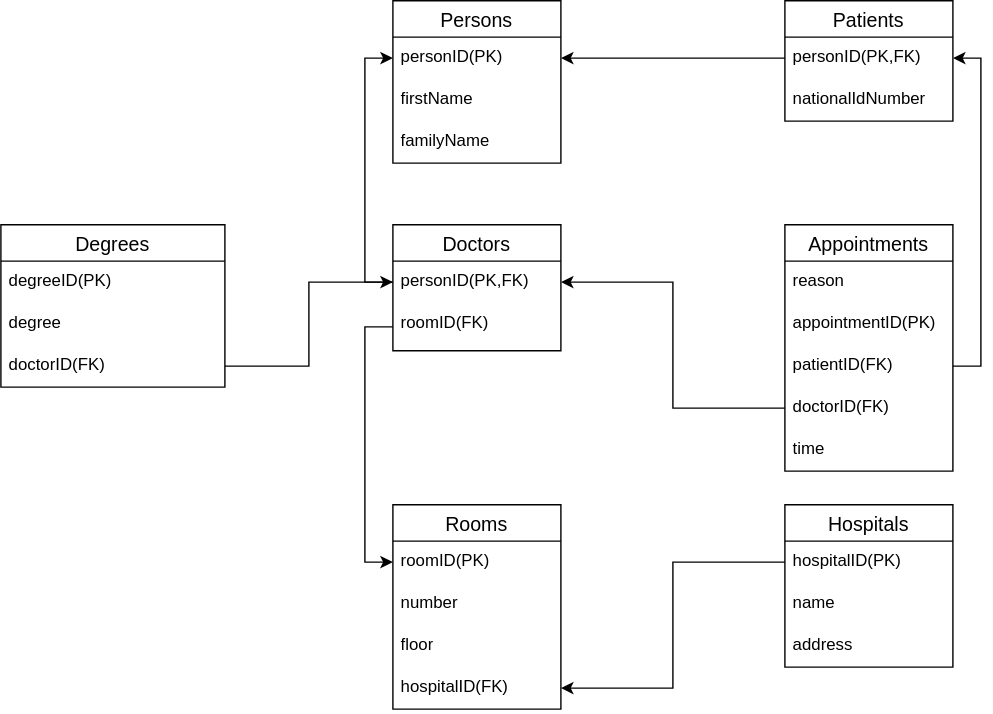
Before: 04-relational/model/relational.svg, a diagram exported from draw.io (bmazou/data-formats). Source tidied: cells renumbered, new cells last; positions are measured from the earlier drawing's top-left corner, leaving out a move shared by most shapes. Source of this version:
```xml
<mxGraphModel>
  <root>
    <mxCell id="0" />
    <mxCell id="1" parent="0" />
    <mxCell id="2" value="Persons" style="swimlane;fontStyle=0;horizontal=1;startSize=26;align=center;fontSize=14;" parent="1" vertex="1">
      <mxGeometry x="280" width="120" height="116" as="geometry" />
    </mxCell>
    <mxCell id="3" value="personID(PK)" style="text;strokeColor=none;fillColor=none;spacingLeft=4;spacingRight=4;overflow=hidden;points=[[0,0.5],[1,0.5]];portConstraint=eastwest;fontSize=12;whiteSpace=wrap;html=1;" parent="2" vertex="1">
      <mxGeometry y="26" width="120" height="30" as="geometry" />
    </mxCell>
    <mxCell id="4" value="firstName" style="text;strokeColor=none;fillColor=none;spacingLeft=4;spacingRight=4;overflow=hidden;fontSize=12;whiteSpace=wrap;html=1;" parent="2" vertex="1">
      <mxGeometry y="56" width="120" height="30" as="geometry" />
    </mxCell>
    <mxCell id="5" value="familyName" style="text;strokeColor=none;fillColor=none;spacingLeft=4;spacingRight=4;overflow=hidden;fontSize=12;whiteSpace=wrap;html=1;" parent="2" vertex="1">
      <mxGeometry y="86" width="120" height="30" as="geometry" />
    </mxCell>
    <mxCell id="6" value="Doctors" style="swimlane;fontStyle=0;horizontal=1;startSize=26;align=center;fontSize=14;" parent="1" vertex="1">
      <mxGeometry x="280" y="160" width="120" height="90" as="geometry" />
    </mxCell>
    <mxCell id="7" value="personID(PK,FK)" style="text;strokeColor=none;fillColor=none;spacingLeft=4;spacingRight=4;overflow=hidden;points=[[0,0.5],[1,0.5]];portConstraint=eastwest;fontSize=12;whiteSpace=wrap;html=1;" parent="6" vertex="1">
      <mxGeometry y="26" width="120" height="30" as="geometry" />
    </mxCell>
    <mxCell id="8" value="roomID(FK)" style="text;strokeColor=none;fillColor=none;spacingLeft=4;spacingRight=4;overflow=hidden;points=[[0,0.5],[1,0.5]];portConstraint=eastwest;fontSize=12;whiteSpace=wrap;html=1;" parent="6" vertex="1">
      <mxGeometry y="56" width="120" height="34" as="geometry" />
    </mxCell>
    <mxCell id="9" value="Patients" style="swimlane;fontStyle=0;horizontal=1;startSize=26;align=center;fontSize=14;" parent="1" vertex="1">
      <mxGeometry x="560" width="120" height="86" as="geometry" />
    </mxCell>
    <mxCell id="10" value="personID(PK,FK)" style="text;strokeColor=none;fillColor=none;spacingLeft=4;spacingRight=4;overflow=hidden;points=[[0,0.5],[1,0.5]];portConstraint=eastwest;fontSize=12;whiteSpace=wrap;html=1;" parent="9" vertex="1">
      <mxGeometry y="26" width="120" height="30" as="geometry" />
    </mxCell>
    <mxCell id="11" value="nationalIdNumber" style="text;strokeColor=none;fillColor=none;spacingLeft=4;spacingRight=4;overflow=hidden;fontSize=12;whiteSpace=wrap;html=1;" parent="9" vertex="1">
      <mxGeometry y="56" width="120" height="30" as="geometry" />
    </mxCell>
    <mxCell id="12" value="Appointments" style="swimlane;fontStyle=0;horizontal=1;startSize=26;align=center;fontSize=14;" parent="1" vertex="1">
      <mxGeometry x="560" y="160" width="120" height="176" as="geometry" />
    </mxCell>
    <mxCell id="13" value="reason" style="text;strokeColor=none;fillColor=none;spacingLeft=4;spacingRight=4;overflow=hidden;fontSize=12;whiteSpace=wrap;html=1;" parent="12" vertex="1">
      <mxGeometry y="26" width="120" height="30" as="geometry" />
    </mxCell>
    <mxCell id="14" value="appointmentID(PK)" style="text;strokeColor=none;fillColor=none;spacingLeft=4;spacingRight=4;overflow=hidden;fontSize=12;whiteSpace=wrap;html=1;" parent="12" vertex="1">
      <mxGeometry y="56" width="120" height="30" as="geometry" />
    </mxCell>
    <mxCell id="15" value="patientID(FK)" style="text;strokeColor=none;fillColor=none;spacingLeft=4;spacingRight=4;overflow=hidden;points=[[0,0.5],[1,0.5]];portConstraint=eastwest;fontSize=12;whiteSpace=wrap;html=1;" parent="12" vertex="1">
      <mxGeometry y="86" width="120" height="30" as="geometry" />
    </mxCell>
    <mxCell id="16" value="doctorID(FK)" style="text;strokeColor=none;fillColor=none;spacingLeft=4;spacingRight=4;overflow=hidden;points=[[0,0.5],[1,0.5]];portConstraint=eastwest;fontSize=12;whiteSpace=wrap;html=1;" parent="12" vertex="1">
      <mxGeometry y="116" width="120" height="30" as="geometry" />
    </mxCell>
    <mxCell id="17" value="time" style="text;strokeColor=none;fillColor=none;spacingLeft=4;spacingRight=4;overflow=hidden;fontSize=12;whiteSpace=wrap;html=1;" parent="12" vertex="1">
      <mxGeometry y="146" width="120" height="30" as="geometry" />
    </mxCell>
    <mxCell id="18" value="Rooms" style="swimlane;fontStyle=0;horizontal=1;startSize=26;align=center;fontSize=14;" parent="1" vertex="1">
      <mxGeometry x="280" y="360" width="120" height="146" as="geometry" />
    </mxCell>
    <mxCell id="19" value="roomID(PK)" style="text;strokeColor=none;fillColor=none;spacingLeft=4;spacingRight=4;overflow=hidden;points=[[0,0.5],[1,0.5]];portConstraint=eastwest;fontSize=12;whiteSpace=wrap;html=1;" parent="18" vertex="1">
      <mxGeometry y="26" width="120" height="30" as="geometry" />
    </mxCell>
    <mxCell id="20" value="number" style="text;strokeColor=none;fillColor=none;spacingLeft=4;spacingRight=4;overflow=hidden;fontSize=12;whiteSpace=wrap;html=1;" parent="18" vertex="1">
      <mxGeometry y="56" width="120" height="30" as="geometry" />
    </mxCell>
    <mxCell id="21" value="floor" style="text;strokeColor=none;fillColor=none;spacingLeft=4;spacingRight=4;overflow=hidden;fontSize=12;whiteSpace=wrap;html=1;" parent="18" vertex="1">
      <mxGeometry y="86" width="120" height="30" as="geometry" />
    </mxCell>
    <mxCell id="22" value="hospitalID(FK)" style="text;strokeColor=none;fillColor=none;spacingLeft=4;spacingRight=4;overflow=hidden;points=[[0,0.5],[1,0.5]];portConstraint=eastwest;fontSize=12;whiteSpace=wrap;html=1;" parent="18" vertex="1">
      <mxGeometry y="116" width="120" height="30" as="geometry" />
    </mxCell>
    <mxCell id="23" value="Hospitals" style="swimlane;fontStyle=0;horizontal=1;startSize=26;align=center;fontSize=14;" parent="1" vertex="1">
      <mxGeometry x="560" y="360" width="120" height="116" as="geometry" />
    </mxCell>
    <mxCell id="24" value="hospitalID(PK)" style="text;strokeColor=none;fillColor=none;spacingLeft=4;spacingRight=4;overflow=hidden;points=[[0,0.5],[1,0.5]];portConstraint=eastwest;fontSize=12;whiteSpace=wrap;html=1;" parent="23" vertex="1">
      <mxGeometry y="26" width="120" height="30" as="geometry" />
    </mxCell>
    <mxCell id="25" value="name" style="text;strokeColor=none;fillColor=none;spacingLeft=4;spacingRight=4;overflow=hidden;fontSize=12;whiteSpace=wrap;html=1;" parent="23" vertex="1">
      <mxGeometry y="56" width="120" height="30" as="geometry" />
    </mxCell>
    <mxCell id="26" value="address" style="text;strokeColor=none;fillColor=none;spacingLeft=4;spacingRight=4;overflow=hidden;fontSize=12;whiteSpace=wrap;html=1;" parent="23" vertex="1">
      <mxGeometry y="86" width="120" height="30" as="geometry" />
    </mxCell>
    <mxCell id="27" value="Degrees" style="swimlane;fontStyle=0;horizontal=1;startSize=26;align=center;fontSize=14;" parent="1" vertex="1">
      <mxGeometry y="160" width="160" height="116" as="geometry" />
    </mxCell>
    <mxCell id="28" value="degreeID(PK)&lt;br&gt;" style="text;strokeColor=none;fillColor=none;spacingLeft=4;spacingRight=4;overflow=hidden;fontSize=12;whiteSpace=wrap;html=1;" parent="27" vertex="1">
      <mxGeometry y="26" width="160" height="30" as="geometry" />
    </mxCell>
    <mxCell id="29" value="degree" style="text;strokeColor=none;fillColor=none;spacingLeft=4;spacingRight=4;overflow=hidden;fontSize=12;whiteSpace=wrap;html=1;" parent="27" vertex="1">
      <mxGeometry y="56" width="160" height="30" as="geometry" />
    </mxCell>
    <mxCell id="30" value="doctorID(FK)" style="text;strokeColor=none;fillColor=none;spacingLeft=4;spacingRight=4;overflow=hidden;points=[[0,0.5],[1,0.5]];portConstraint=eastwest;fontSize=12;whiteSpace=wrap;html=1;" parent="27" vertex="1">
      <mxGeometry y="86" width="160" height="30" as="geometry" />
    </mxCell>
    <mxCell id="31" style="edgeStyle=orthogonalEdgeStyle;rounded=0;jettySize=auto;html=1;entryX=1;entryY=0.5;entryDx=0;entryDy=0;" parent="1" edge="1" source="24" target="22">
      <mxGeometry relative="1" as="geometry" />
    </mxCell>
    <mxCell id="32" style="edgeStyle=orthogonalEdgeStyle;rounded=0;jettySize=auto;html=1;exitX=0;exitY=0.5;exitDx=0;exitDy=0;entryX=0;entryY=0.5;entryDx=0;entryDy=0;" parent="1" edge="1" source="8" target="19">
      <mxGeometry relative="1" as="geometry" />
    </mxCell>
    <mxCell id="33" style="edgeStyle=orthogonalEdgeStyle;rounded=0;jettySize=auto;html=1;exitX=0;exitY=0.5;exitDx=0;exitDy=0;entryX=1;entryY=0.5;entryDx=0;entryDy=0;" parent="1" edge="1" source="16" target="7">
      <mxGeometry relative="1" as="geometry" />
    </mxCell>
    <mxCell id="34" style="edgeStyle=orthogonalEdgeStyle;rounded=0;jettySize=auto;html=1;exitX=0;exitY=0.5;exitDx=0;exitDy=0;" parent="1" edge="1" source="10" target="3">
      <mxGeometry relative="1" as="geometry" />
    </mxCell>
    <mxCell id="35" style="edgeStyle=orthogonalEdgeStyle;rounded=0;jettySize=auto;html=1;exitX=1;exitY=0.5;exitDx=0;exitDy=0;entryX=1;entryY=0.5;entryDx=0;entryDy=0;" parent="1" edge="1" source="15" target="10">
      <mxGeometry relative="1" as="geometry" />
    </mxCell>
    <mxCell id="36" style="edgeStyle=orthogonalEdgeStyle;rounded=0;jettySize=auto;html=1;exitX=0;exitY=0.5;exitDx=0;exitDy=0;entryX=0;entryY=0.5;entryDx=0;entryDy=0;" parent="1" edge="1" source="7" target="3">
      <mxGeometry relative="1" as="geometry" />
    </mxCell>
    <mxCell id="37" style="edgeStyle=orthogonalEdgeStyle;rounded=0;jettySize=auto;html=1;exitX=1;exitY=0.5;exitDx=0;exitDy=0;entryX=0;entryY=0.5;entryDx=0;entryDy=0;" parent="1" edge="1" source="30" target="7">
      <mxGeometry relative="1" as="geometry" />
    </mxCell>
  </root>
</mxGraphModel>
```
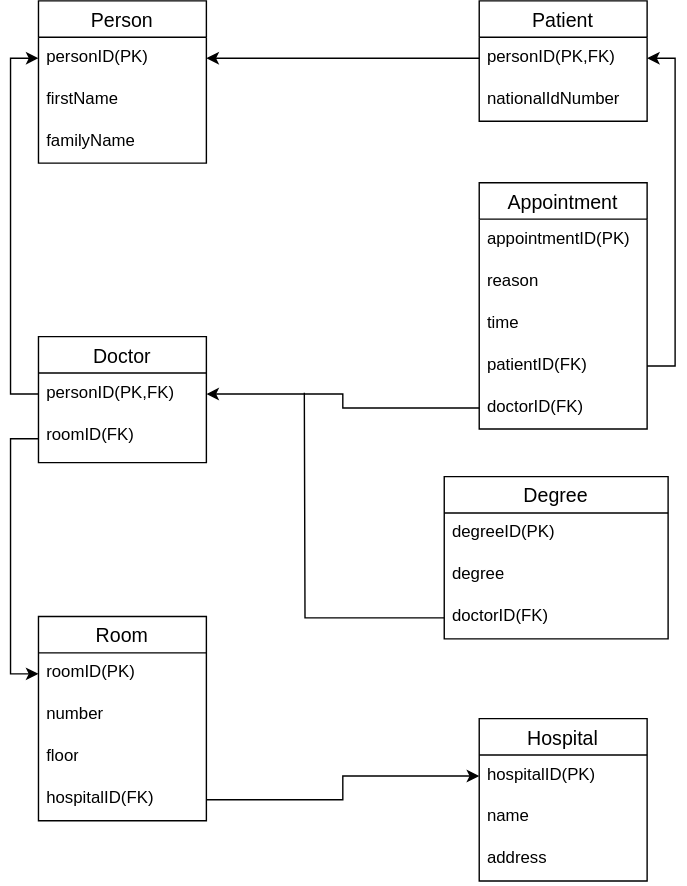
The same diagram one commit later.

Commit message:
Update relational model

Change to the diagram source:
```diff
@@ -2,8 +2,8 @@
   <root>
     <mxCell id="0" />
     <mxCell id="1" parent="0" />
-    <mxCell id="2" value="Persons" style="swimlane;fontStyle=0;horizontal=1;startSize=26;align=center;fontSize=14;" parent="1" vertex="1">
-      <mxGeometry x="280" width="120" height="116" as="geometry" />
+    <mxCell id="2" value="Person" style="swimlane;fontStyle=0;horizontal=1;startSize=26;align=center;fontSize=14;" parent="1" vertex="1">
+      <mxGeometry x="250" y="-80" width="120" height="116" as="geometry" />
     </mxCell>
     <mxCell id="3" value="personID(PK)" style="text;strokeColor=none;fillColor=none;spacingLeft=4;spacingRight=4;overflow=hidden;points=[[0,0.5],[1,0.5]];portConstraint=eastwest;fontSize=12;whiteSpace=wrap;html=1;" parent="2" vertex="1">
       <mxGeometry y="26" width="120" height="30" as="geometry" />
@@ -14,8 +14,8 @@
     <mxCell id="5" value="familyName" style="text;strokeColor=none;fillColor=none;spacingLeft=4;spacingRight=4;overflow=hidden;fontSize=12;whiteSpace=wrap;html=1;" parent="2" vertex="1">
       <mxGeometry y="86" width="120" height="30" as="geometry" />
     </mxCell>
-    <mxCell id="6" value="Doctors" style="swimlane;fontStyle=0;horizontal=1;startSize=26;align=center;fontSize=14;" parent="1" vertex="1">
-      <mxGeometry x="280" y="160" width="120" height="90" as="geometry" />
+    <mxCell id="6" value="Doctor" style="swimlane;fontStyle=0;horizontal=1;startSize=26;align=center;fontSize=14;" parent="1" vertex="1">
+      <mxGeometry x="250" y="160" width="120" height="90" as="geometry" />
     </mxCell>
     <mxCell id="7" value="personID(PK,FK)" style="text;strokeColor=none;fillColor=none;spacingLeft=4;spacingRight=4;overflow=hidden;points=[[0,0.5],[1,0.5]];portConstraint=eastwest;fontSize=12;whiteSpace=wrap;html=1;" parent="6" vertex="1">
       <mxGeometry y="26" width="120" height="30" as="geometry" />
@@ -23,8 +23,8 @@
     <mxCell id="8" value="roomID(FK)" style="text;strokeColor=none;fillColor=none;spacingLeft=4;spacingRight=4;overflow=hidden;points=[[0,0.5],[1,0.5]];portConstraint=eastwest;fontSize=12;whiteSpace=wrap;html=1;" parent="6" vertex="1">
       <mxGeometry y="56" width="120" height="34" as="geometry" />
     </mxCell>
-    <mxCell id="9" value="Patients" style="swimlane;fontStyle=0;horizontal=1;startSize=26;align=center;fontSize=14;" parent="1" vertex="1">
-      <mxGeometry x="560" width="120" height="86" as="geometry" />
+    <mxCell id="9" value="Patient" style="swimlane;fontStyle=0;horizontal=1;startSize=26;align=center;fontSize=14;" parent="1" vertex="1">
+      <mxGeometry x="565" y="-80" width="120" height="86" as="geometry" />
     </mxCell>
     <mxCell id="10" value="personID(PK,FK)" style="text;strokeColor=none;fillColor=none;spacingLeft=4;spacingRight=4;overflow=hidden;points=[[0,0.5],[1,0.5]];portConstraint=eastwest;fontSize=12;whiteSpace=wrap;html=1;" parent="9" vertex="1">
       <mxGeometry y="26" width="120" height="30" as="geometry" />
@@ -32,26 +32,26 @@
     <mxCell id="11" value="nationalIdNumber" style="text;strokeColor=none;fillColor=none;spacingLeft=4;spacingRight=4;overflow=hidden;fontSize=12;whiteSpace=wrap;html=1;" parent="9" vertex="1">
       <mxGeometry y="56" width="120" height="30" as="geometry" />
     </mxCell>
-    <mxCell id="12" value="Appointments" style="swimlane;fontStyle=0;horizontal=1;startSize=26;align=center;fontSize=14;" parent="1" vertex="1">
-      <mxGeometry x="560" y="160" width="120" height="176" as="geometry" />
+    <mxCell id="12" value="Appointment" style="swimlane;fontStyle=0;horizontal=1;startSize=26;align=center;fontSize=14;" parent="1" vertex="1">
+      <mxGeometry x="565" y="50" width="120" height="176" as="geometry" />
     </mxCell>
+    <mxCell id="14" value="appointmentID(PK)" style="text;strokeColor=none;fillColor=none;spacingLeft=4;spacingRight=4;overflow=hidden;fontSize=12;whiteSpace=wrap;html=1;" parent="12" vertex="1">
+      <mxGeometry y="26" width="120" height="30" as="geometry" />
+    </mxCell>
     <mxCell id="13" value="reason" style="text;strokeColor=none;fillColor=none;spacingLeft=4;spacingRight=4;overflow=hidden;fontSize=12;whiteSpace=wrap;html=1;" parent="12" vertex="1">
-      <mxGeometry y="26" width="120" height="30" as="geometry" />
+      <mxGeometry y="56" width="120" height="30" as="geometry" />
     </mxCell>
-    <mxCell id="14" value="appointmentID(PK)" style="text;strokeColor=none;fillColor=none;spacingLeft=4;spacingRight=4;overflow=hidden;fontSize=12;whiteSpace=wrap;html=1;" parent="12" vertex="1">
-      <mxGeometry y="56" width="120" height="30" as="geometry" />
-    </mxCell>
+    <mxCell id="17" value="time" style="text;strokeColor=none;fillColor=none;spacingLeft=4;spacingRight=4;overflow=hidden;fontSize=12;whiteSpace=wrap;html=1;" parent="12" vertex="1">
+      <mxGeometry y="86" width="120" height="30" as="geometry" />
+    </mxCell>
     <mxCell id="15" value="patientID(FK)" style="text;strokeColor=none;fillColor=none;spacingLeft=4;spacingRight=4;overflow=hidden;points=[[0,0.5],[1,0.5]];portConstraint=eastwest;fontSize=12;whiteSpace=wrap;html=1;" parent="12" vertex="1">
-      <mxGeometry y="86" width="120" height="30" as="geometry" />
+      <mxGeometry y="116" width="120" height="30" as="geometry" />
     </mxCell>
     <mxCell id="16" value="doctorID(FK)" style="text;strokeColor=none;fillColor=none;spacingLeft=4;spacingRight=4;overflow=hidden;points=[[0,0.5],[1,0.5]];portConstraint=eastwest;fontSize=12;whiteSpace=wrap;html=1;" parent="12" vertex="1">
-      <mxGeometry y="116" width="120" height="30" as="geometry" />
+      <mxGeometry y="146" width="120" height="30" as="geometry" />
     </mxCell>
-    <mxCell id="17" value="time" style="text;strokeColor=none;fillColor=none;spacingLeft=4;spacingRight=4;overflow=hidden;fontSize=12;whiteSpace=wrap;html=1;" parent="12" vertex="1">
-      <mxGeometry y="146" width="120" height="30" as="geometry" />
-    </mxCell>
-    <mxCell id="18" value="Rooms" style="swimlane;fontStyle=0;horizontal=1;startSize=26;align=center;fontSize=14;" parent="1" vertex="1">
-      <mxGeometry x="280" y="360" width="120" height="146" as="geometry" />
+    <mxCell id="18" value="Room" style="swimlane;fontStyle=0;horizontal=1;startSize=26;align=center;fontSize=14;" parent="1" vertex="1">
+      <mxGeometry x="250" y="360" width="120" height="146" as="geometry" />
     </mxCell>
     <mxCell id="19" value="roomID(PK)" style="text;strokeColor=none;fillColor=none;spacingLeft=4;spacingRight=4;overflow=hidden;points=[[0,0.5],[1,0.5]];portConstraint=eastwest;fontSize=12;whiteSpace=wrap;html=1;" parent="18" vertex="1">
       <mxGeometry y="26" width="120" height="30" as="geometry" />
@@ -65,8 +65,8 @@
     <mxCell id="22" value="hospitalID(FK)" style="text;strokeColor=none;fillColor=none;spacingLeft=4;spacingRight=4;overflow=hidden;points=[[0,0.5],[1,0.5]];portConstraint=eastwest;fontSize=12;whiteSpace=wrap;html=1;" parent="18" vertex="1">
       <mxGeometry y="116" width="120" height="30" as="geometry" />
     </mxCell>
-    <mxCell id="23" value="Hospitals" style="swimlane;fontStyle=0;horizontal=1;startSize=26;align=center;fontSize=14;" parent="1" vertex="1">
-      <mxGeometry x="560" y="360" width="120" height="116" as="geometry" />
+    <mxCell id="23" value="Hospital" style="swimlane;fontStyle=0;horizontal=1;startSize=26;align=center;fontSize=14;" parent="1" vertex="1">
+      <mxGeometry x="565" y="433" width="120" height="116" as="geometry" />
     </mxCell>
     <mxCell id="24" value="hospitalID(PK)" style="text;strokeColor=none;fillColor=none;spacingLeft=4;spacingRight=4;overflow=hidden;points=[[0,0.5],[1,0.5]];portConstraint=eastwest;fontSize=12;whiteSpace=wrap;html=1;" parent="23" vertex="1">
       <mxGeometry y="26" width="120" height="30" as="geometry" />
@@ -77,8 +77,8 @@
     <mxCell id="26" value="address" style="text;strokeColor=none;fillColor=none;spacingLeft=4;spacingRight=4;overflow=hidden;fontSize=12;whiteSpace=wrap;html=1;" parent="23" vertex="1">
       <mxGeometry y="86" width="120" height="30" as="geometry" />
     </mxCell>
-    <mxCell id="27" value="Degrees" style="swimlane;fontStyle=0;horizontal=1;startSize=26;align=center;fontSize=14;" parent="1" vertex="1">
-      <mxGeometry y="160" width="160" height="116" as="geometry" />
+    <mxCell id="27" value="Degree" style="swimlane;fontStyle=0;horizontal=1;startSize=26;align=center;fontSize=14;" parent="1" vertex="1">
+      <mxGeometry x="540" y="260" width="160" height="116" as="geometry" />
     </mxCell>
     <mxCell id="28" value="degreeID(PK)&lt;br&gt;" style="text;strokeColor=none;fillColor=none;spacingLeft=4;spacingRight=4;overflow=hidden;fontSize=12;whiteSpace=wrap;html=1;" parent="27" vertex="1">
       <mxGeometry y="26" width="160" height="30" as="geometry" />
@@ -89,7 +89,7 @@
     <mxCell id="30" value="doctorID(FK)" style="text;strokeColor=none;fillColor=none;spacingLeft=4;spacingRight=4;overflow=hidden;points=[[0,0.5],[1,0.5]];portConstraint=eastwest;fontSize=12;whiteSpace=wrap;html=1;" parent="27" vertex="1">
       <mxGeometry y="86" width="160" height="30" as="geometry" />
     </mxCell>
-    <mxCell id="31" style="edgeStyle=orthogonalEdgeStyle;rounded=0;jettySize=auto;html=1;entryX=1;entryY=0.5;entryDx=0;entryDy=0;" parent="1" edge="1" source="24" target="22">
+    <mxCell id="31" style="edgeStyle=orthogonalEdgeStyle;rounded=0;jettySize=auto;html=1;entryX=0;entryY=0.5;entryDx=0;entryDy=0;" parent="1" edge="1" source="22" target="24">
       <mxGeometry relative="1" as="geometry" />
     </mxCell>
     <mxCell id="32" style="edgeStyle=orthogonalEdgeStyle;rounded=0;jettySize=auto;html=1;exitX=0;exitY=0.5;exitDx=0;exitDy=0;entryX=0;entryY=0.5;entryDx=0;entryDy=0;" parent="1" edge="1" source="8" target="19">
@@ -107,8 +107,10 @@
     <mxCell id="36" style="edgeStyle=orthogonalEdgeStyle;rounded=0;jettySize=auto;html=1;exitX=0;exitY=0.5;exitDx=0;exitDy=0;entryX=0;entryY=0.5;entryDx=0;entryDy=0;" parent="1" edge="1" source="7" target="3">
       <mxGeometry relative="1" as="geometry" />
     </mxCell>
-    <mxCell id="37" style="edgeStyle=orthogonalEdgeStyle;rounded=0;jettySize=auto;html=1;exitX=1;exitY=0.5;exitDx=0;exitDy=0;entryX=0;entryY=0.5;entryDx=0;entryDy=0;" parent="1" edge="1" source="30" target="7">
-      <mxGeometry relative="1" as="geometry" />
-    </mxCell>
+    <mxCell id="38" style="endArrow=none;html=1;rounded=0;edgeStyle=orthogonalEdgeStyle;exitX=0;exitY=0.5;exitDx=0;exitDy=0;" parent="1" edge="1" source="30">
+      <mxGeometry relative="1" as="geometry">
+        <mxPoint x="440" y="200" as="targetPoint" />
+      </mxGeometry>
+    </mxCell>
   </root>
 </mxGraphModel>
```
